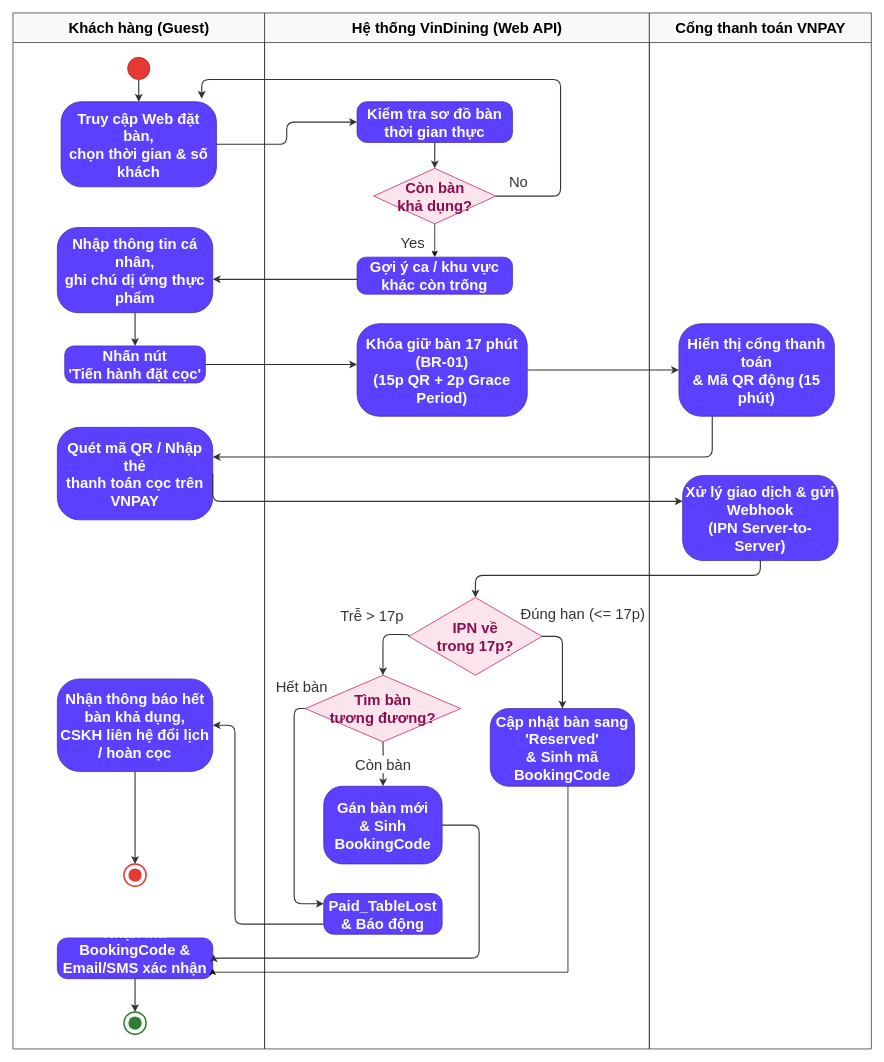
The draw.io diagram docs/phase1/drawio/ad01_reservation_deposit.drawio in AndrewQng/VinDining, before the edit. Source tidied: cells renumbered, new cells numbered last; positions are measured from the earlier drawing's top-left corner, leaving out a move shared by most shapes. Both pictures are drawn from the tidied source at 74%, with x=0, y=0 at pixel (13, 13).
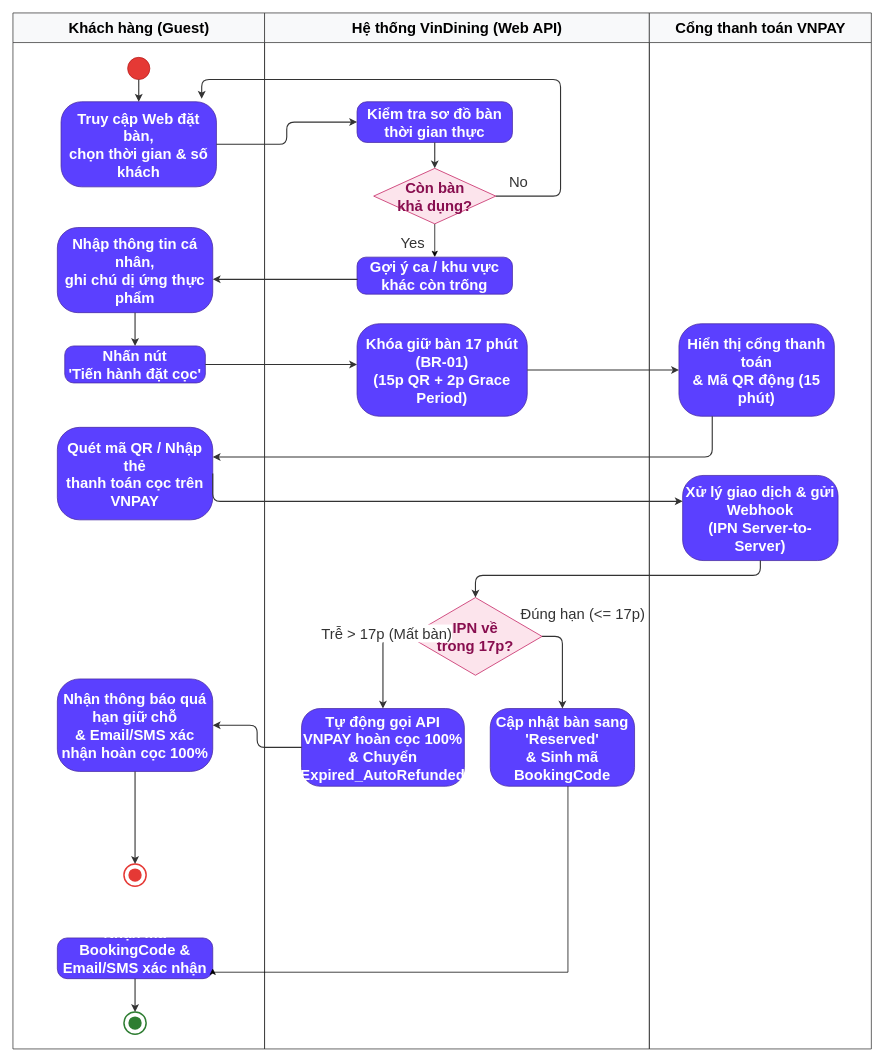
After the change.

Unchanged cells that the change refers to:
```xml
<mxCell id="2" value="Khách hàng (Guest)" style="swimlane;html=1;startSize=40;horizontal=1;fontStyle=1;fontSize=20;align=center;verticalAlign=middle;fillColor=#f8f9fa;strokeColor=#333333;swimlaneLine=1;" parent="1" vertex="1">
  <mxGeometry width="340" height="1400" as="geometry" />
</mxCell>
<mxCell id="10" value="Nhận mã BookingCode &amp;amp;&#10;Email/SMS xác nhận thành công" style="rounded=1;arcSize=24;whiteSpace=wrap;html=1;fillColor=#5b40ff;strokeColor=#4527a0;fontColor=#ffffff;fontStyle=1;fontSize=20;align=center;verticalAlign=middle;" parent="2" vertex="1">
  <mxGeometry x="60" y="1250" width="210" height="55" as="geometry" />
</mxCell>
<mxCell id="17" value="Hệ thống VinDining (Web API)" style="swimlane;html=1;startSize=40;horizontal=1;fontStyle=1;fontSize=20;align=center;verticalAlign=middle;fillColor=#f8f9fa;strokeColor=#333333;swimlaneLine=1;" parent="1" vertex="1">
  <mxGeometry x="340" width="520" height="1400" as="geometry" />
</mxCell>
<mxCell id="23" value="IPN về&#10;trong 17p?" style="rhombus;whiteSpace=wrap;html=1;fillColor=#fce4ec;strokeColor=#c2185b;fontColor=#880e4f;fontStyle=1;fontSize=20;align=center;verticalAlign=middle;" parent="17" vertex="1">
  <mxGeometry x="195" y="790" width="180" height="105" as="geometry" />
</mxCell>
```

Diff of the diagram source:
```diff
@@
-    <mxCell id="9" value="Nhận thông báo hết bàn khả dụng,&#10;CSKH liên hệ đổi lịch / hoàn cọc" style="rounded=1;arcSize=24;whiteSpace=wrap;html=1;fillColor=#5b40ff;strokeColor=#4527a0;fontColor=#ffffff;fontStyle=1;fontSize=20;align=center;verticalAlign=middle;" parent="2" vertex="1">
+    <mxCell id="9" value="Nhận thông báo quá hạn giữ chỗ&#10;&amp;amp; Email/SMS xác nhận hoàn cọc 100%" style="rounded=1;arcSize=24;whiteSpace=wrap;html=1;fillColor=#5b40ff;strokeColor=#4527a0;fontColor=#ffffff;fontStyle=1;fontSize=20;align=center;verticalAlign=middle;" parent="2" vertex="1">
       <mxGeometry x="60" y="900" width="210" height="125" as="geometry" />
     </mxCell>
@@
-    <mxCell id="24" value="Tìm bàn&#10;tương đương?" style="rhombus;whiteSpace=wrap;html=1;fillColor=#fce4ec;strokeColor=#c2185b;fontColor=#880e4f;fontStyle=1;fontSize=20;align=center;verticalAlign=middle;" parent="17" vertex="1">
-      <mxGeometry x="55" y="895" width="210" height="90" as="geometry" />
-    </mxCell>
-    <mxCell id="25" value="Gán bàn mới&#10;&amp;amp; Sinh BookingCode" style="rounded=1;arcSize=24;whiteSpace=wrap;html=1;fillColor=#5b40ff;strokeColor=#4527a0;fontColor=#ffffff;fontStyle=1;fontSize=20;align=center;verticalAlign=middle;" parent="17" vertex="1">
-      <mxGeometry x="80" y="1045" width="160" height="105" as="geometry" />
-    </mxCell>
-    <mxCell id="26" value="Lưu Paid_TableLost&#10;&amp;amp; Báo động CSKH" style="rounded=1;arcSize=24;whiteSpace=wrap;html=1;fillColor=#5b40ff;strokeColor=#4527a0;fontColor=#ffffff;fontStyle=1;fontSize=20;align=center;verticalAlign=middle;" parent="17" vertex="1">
-      <mxGeometry x="80" y="1190" width="160" height="55" as="geometry" />
+    <mxCell id="26" value="Tự động gọi API VNPAY hoàn cọc 100%&#10;&amp;amp; Chuyển Expired_AutoRefunded" style="rounded=1;arcSize=24;whiteSpace=wrap;html=1;fillColor=#5b40ff;strokeColor=#4527a0;fontColor=#ffffff;fontStyle=1;fontSize=20;align=center;verticalAlign=middle;" parent="17" vertex="1">
+      <mxGeometry x="50" y="940" width="220" height="105" as="geometry" />
     </mxCell>
@@
-    <mxCell id="29" value="Trễ &amp;gt; 17p" style="edgeStyle=orthogonalEdgeStyle;rounded=1;jettySize=auto;html=1;strokeColor=#333333;strokeWidth=1.5;fontSize=20;fontColor=#333333;exitX=0;exitY=0.5;entryX=0.5;entryY=0;" parent="17" edge="1" source="23">
-      <mxGeometry x="0.11" y="-43" relative="1" as="geometry">
-        <mxPoint x="160" y="895" as="targetPoint" />
+    <mxCell id="29" value="Trễ &amp;gt; 17p (Mất bàn)" style="edgeStyle=orthogonalEdgeStyle;rounded=1;jettySize=auto;html=1;strokeColor=#333333;strokeWidth=1.5;fontSize=20;fontColor=#333333;exitX=0;exitY=0.5;entryX=0.5;entryY=0;" parent="17" edge="1" source="23" target="26">
+      <mxGeometry x="-0.4" y="25" relative="1" as="geometry">
         <Array as="points">
-          <mxPoint x="195" y="840" />
-          <mxPoint x="160" y="840" />
+          <mxPoint x="160" y="842.5" />
         </Array>
-        <mxPoint x="28" y="-40" as="offset" />
+        <mxPoint x="-20" y="-10" as="offset" />
       </mxGeometry>
     </mxCell>
-    <mxCell id="30" value="Còn bàn" style="edgeStyle=orthogonalEdgeStyle;rounded=1;jettySize=auto;html=1;strokeColor=#333333;strokeWidth=1.5;fontSize=20;fontColor=#333333;exitX=0.5;exitY=1;entryX=0.5;entryY=0;" parent="17" edge="1" target="25">
-      <mxGeometry relative="1" as="geometry">
-        <mxPoint x="160" y="985" as="sourcePoint" />
-      </mxGeometry>
-    </mxCell>
-    <mxCell id="31" value="Hết bàn" style="edgeStyle=orthogonalEdgeStyle;rounded=1;jettySize=auto;html=1;strokeColor=#333333;strokeWidth=1.5;fontSize=20;fontColor=#333333;exitX=0;exitY=0.5;entryX=0;entryY=0.25;" parent="17" edge="1" source="24" target="26">
-      <mxGeometry x="-0.97" y="-30" relative="1" as="geometry">
-        <Array as="points">
-          <mxPoint x="40" y="940" />
-          <mxPoint x="40" y="1203.8" />
-        </Array>
-      </mxGeometry>
-    </mxCell>
@@
-    <mxCell id="45" style="edgeStyle=orthogonalEdgeStyle;rounded=1;jettySize=auto;html=1;strokeColor=#333333;strokeWidth=1.5;fontSize=20;fontColor=#333333;exitX=0;exitY=0.75;entryX=1;entryY=0.5;" parent="1" edge="1" source="26" target="9">
-      <mxGeometry relative="1" as="geometry">
-        <Array as="points">
-          <mxPoint x="300" y="1231.3" />
-          <mxPoint x="300" y="962.5" />
-        </Array>
-      </mxGeometry>
+    <mxCell id="45" style="edgeStyle=orthogonalEdgeStyle;rounded=1;jettySize=auto;html=1;strokeColor=#333333;strokeWidth=1.5;fontSize=20;fontColor=#333333;exitX=0;exitY=0.5;entryX=1;entryY=0.5;" parent="1" edge="1" source="26" target="9">
+      <mxGeometry relative="1" as="geometry" />
     </mxCell>
-    <mxCell id="46" style="edgeStyle=orthogonalEdgeStyle;rounded=1;jettySize=auto;html=1;strokeColor=#333333;strokeWidth=1.5;fontSize=20;fontColor=#333333;exitX=1;exitY=0.5;entryX=1.006;entryY=0.406;entryDx=0;entryDy=0;entryPerimeter=0;" parent="1" edge="1" source="25" target="10">
-      <mxGeometry relative="1" as="geometry">
-        <Array as="points">
-          <mxPoint x="630" y="1097.5" />
-          <mxPoint x="630" y="1277.3" />
-        </Array>
-      </mxGeometry>
-    </mxCell>
```
